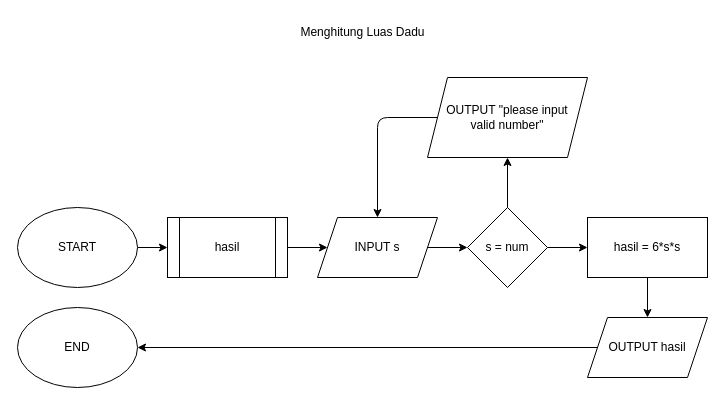
Earlier version of the draw.io diagram page "Menghitung Luas Dadu" (2 of 2) of 5-flowcart lingkaran & dadu.drawio (patih1/fwg17-computer-science). Source tidied: cells renumbered, new cells numbered last; positions are measured from the earlier drawing's top-left corner, leaving out a move shared by most shapes. Both pictures are drawn from the tidied source at 100%, with x=0, y=0 at pixel (17, 17).
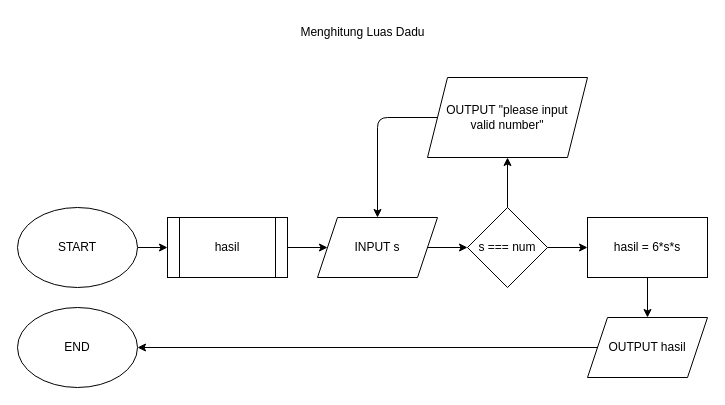
Above is the later version.

Change to the diagram source:
```diff
@@
-    <mxCell id="10" value="s = num" style="rhombus;whiteSpace=wrap;html=1;" parent="1" vertex="1">
+    <mxCell id="10" value="s === num" style="rhombus;whiteSpace=wrap;html=1;" parent="1" vertex="1">
       <mxGeometry x="450" y="190" width="80" height="80" as="geometry" />
     </mxCell>
```
